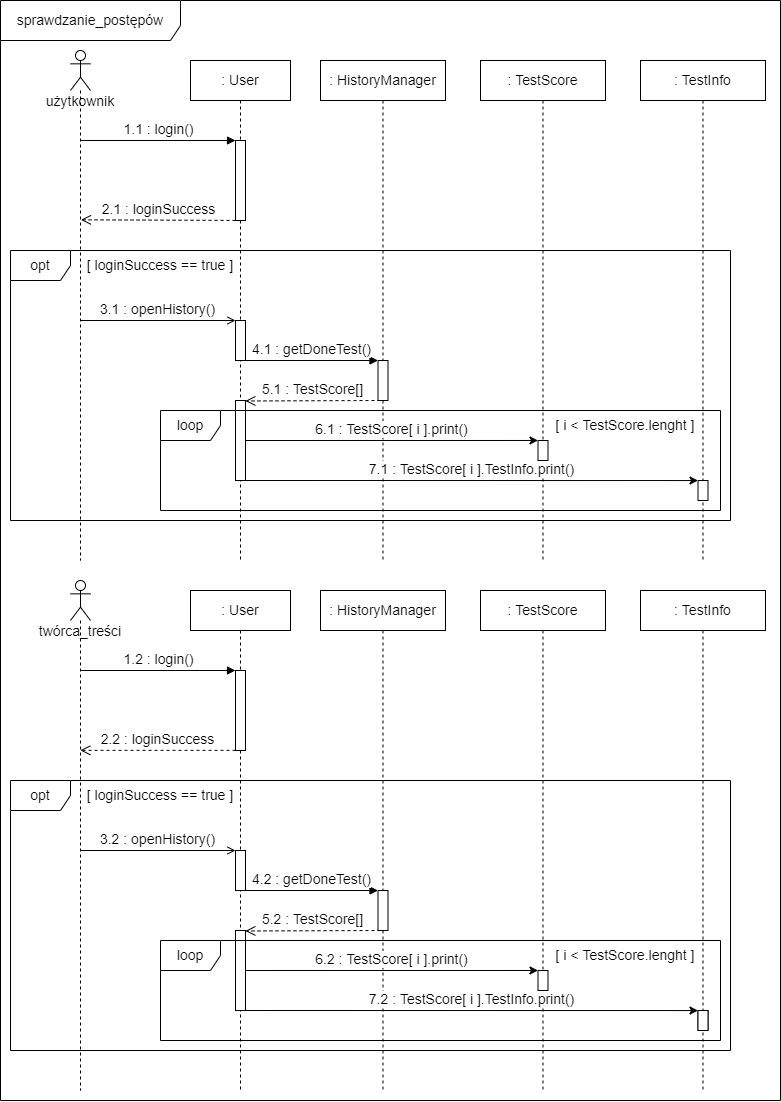
The draw.io diagram doc/Diagramy_UML/Diagram_Sekwencji_Sprawdzanie_Postepow.png in WOTxp/PZ21-22, before a commit. Source tidied: cells renumbered, new cells last; positions are measured from the earlier drawing's top-left corner, leaving out a move shared by most shapes.
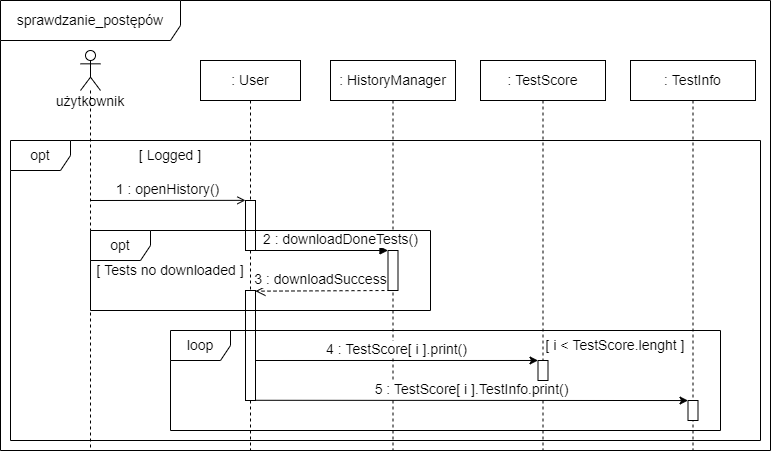
After the commit.

What changed in the source:
```diff
@@ -3,162 +3,78 @@
     <mxCell id="0" />
     <mxCell id="1" parent="0" />
     <mxCell id="2" value="&lt;font style=&quot;font-size: 14px&quot;&gt;użytkownik&lt;/font&gt;" style="shape=umlLifeline;participant=umlActor;perimeter=lifelinePerimeter;whiteSpace=wrap;html=1;verticalAlign=top;spacingTop=36;outlineConnect=0;" parent="1" vertex="1">
-      <mxGeometry x="70" y="50" width="20" height="510" as="geometry" />
+      <mxGeometry x="80" y="60" width="20" height="400" as="geometry" />
     </mxCell>
-    <mxCell id="3" value=": User" style="shape=umlLifeline;perimeter=lifelinePerimeter;whiteSpace=wrap;html=1;fontSize=14;" parent="1" vertex="1">
-      <mxGeometry x="190" y="60" width="100" height="500" as="geometry" />
-    </mxCell>
-    <mxCell id="4" style="html=1;points=[];perimeter=orthogonalPerimeter;fontSize=14;" parent="3" vertex="1">
-      <mxGeometry x="45" y="80" width="10" height="80" as="geometry" />
-    </mxCell>
-    <mxCell id="5" style="html=1;points=[];perimeter=orthogonalPerimeter;fontSize=14;" parent="3" vertex="1">
-      <mxGeometry x="45" y="340" width="10" height="80" as="geometry" />
-    </mxCell>
-    <mxCell id="6" value="2.1 : loginSuccess" style="html=1;verticalAlign=bottom;endArrow=open;dashed=1;endSize=8;exitX=0.005;exitY=0.999;rounded=0;fontSize=14;entryX=0.524;entryY=0.332;entryDx=0;entryDy=0;entryPerimeter=0;exitDx=0;exitDy=0;exitPerimeter=0;" parent="1" edge="1" source="4" target="2">
-      <mxGeometry relative="1" as="geometry" />
-    </mxCell>
-    <mxCell id="7" value="1.1 : login()" style="html=1;verticalAlign=bottom;endArrow=block;entryX=0;entryY=0;rounded=0;fontSize=14;" parent="1" edge="1" source="2" target="4">
-      <mxGeometry relative="1" as="geometry" />
-    </mxCell>
-    <mxCell id="8" value="opt" style="shape=umlFrame;whiteSpace=wrap;html=1;fontSize=14;" parent="1" vertex="1">
-      <mxGeometry x="10" y="250" width="720" height="270" as="geometry" />
-    </mxCell>
-    <mxCell id="9" value="[ loginSuccess == true ]" style="text;html=1;strokeColor=none;fillColor=none;align=center;verticalAlign=middle;whiteSpace=wrap;rounded=0;fontSize=14;" parent="1" vertex="1">
-      <mxGeometry x="80" y="250" width="160" height="30" as="geometry" />
-    </mxCell>
-    <mxCell id="10" value=": HistoryManager" style="shape=umlLifeline;perimeter=lifelinePerimeter;whiteSpace=wrap;html=1;fontSize=14;" parent="1" vertex="1">
-      <mxGeometry x="320" y="60" width="125" height="500" as="geometry" />
-    </mxCell>
-    <mxCell id="11" value="4.1 : getDoneTest()" style="html=1;verticalAlign=bottom;endArrow=block;rounded=0;fontSize=14;endFill=1;" parent="10" edge="1" target="12">
-      <mxGeometry relative="1" as="geometry">
-        <mxPoint x="-75" y="300" as="sourcePoint" />
-      </mxGeometry>
-    </mxCell>
-    <mxCell id="12" style="html=1;points=[];perimeter=orthogonalPerimeter;fontSize=14;" parent="10" vertex="1">
-      <mxGeometry x="57.5" y="300" width="10" height="40" as="geometry" />
-    </mxCell>
-    <mxCell id="13" value=": TestScore" style="shape=umlLifeline;perimeter=lifelinePerimeter;whiteSpace=wrap;html=1;fontSize=14;" parent="1" vertex="1">
-      <mxGeometry x="480" y="60" width="125" height="500" as="geometry" />
-    </mxCell>
-    <mxCell id="14" style="html=1;points=[];perimeter=orthogonalPerimeter;fontSize=14;" parent="13" vertex="1">
-      <mxGeometry x="57.5" y="380" width="10" height="20" as="geometry" />
-    </mxCell>
-    <mxCell id="15" value=": TestInfo" style="shape=umlLifeline;perimeter=lifelinePerimeter;whiteSpace=wrap;html=1;fontSize=14;" parent="1" vertex="1">
-      <mxGeometry x="640" y="60" width="125" height="500" as="geometry" />
-    </mxCell>
-    <mxCell id="16" style="html=1;points=[];perimeter=orthogonalPerimeter;fontSize=14;" parent="15" vertex="1">
-      <mxGeometry x="57.5" y="420" width="10" height="20" as="geometry" />
-    </mxCell>
-    <mxCell id="17" value="3.1 : openHistory()" style="html=1;verticalAlign=bottom;endArrow=open;rounded=0;fontSize=14;endFill=0;" parent="1" edge="1" target="18">
-      <mxGeometry relative="1" as="geometry">
-        <mxPoint x="80" y="320" as="sourcePoint" />
-      </mxGeometry>
-    </mxCell>
-    <mxCell id="18" style="html=1;points=[];perimeter=orthogonalPerimeter;fontSize=14;" parent="1" vertex="1">
-      <mxGeometry x="235" y="320" width="10" height="40" as="geometry" />
-    </mxCell>
-    <mxCell id="19" value="5.1 : TestScore[]" style="html=1;verticalAlign=bottom;endArrow=open;dashed=1;endSize=8;rounded=0;fontSize=14;entryX=0.988;entryY=0.006;entryDx=0;entryDy=0;entryPerimeter=0;" parent="1" edge="1" target="5">
-      <mxGeometry relative="1" as="geometry">
-        <mxPoint x="380" y="400" as="sourcePoint" />
-      </mxGeometry>
-    </mxCell>
-    <mxCell id="20" value="6.1 : TestScore[ i ].print()" style="html=1;verticalAlign=bottom;endArrow=classic;rounded=0;fontSize=14;endFill=1;entryX=-0.001;entryY=-0.001;entryDx=0;entryDy=0;entryPerimeter=0;" parent="1" edge="1" target="14">
-      <mxGeometry relative="1" as="geometry">
-        <mxPoint x="245" y="440" as="sourcePoint" />
-      </mxGeometry>
-    </mxCell>
-    <mxCell id="21" value="7.1 : TestScore[ i ].TestInfo.print()" style="html=1;verticalAlign=bottom;endArrow=classic;rounded=0;fontSize=14;endFill=1;entryX=0.001;entryY=0.002;entryDx=0;entryDy=0;entryPerimeter=0;" parent="1" edge="1" target="16">
-      <mxGeometry relative="1" as="geometry">
-        <mxPoint x="245" y="480" as="sourcePoint" />
-      </mxGeometry>
-    </mxCell>
-    <mxCell id="22" value="loop" style="shape=umlFrame;whiteSpace=wrap;html=1;fontSize=14;" parent="1" vertex="1">
-      <mxGeometry x="160" y="410" width="560" height="100" as="geometry" />
-    </mxCell>
-    <mxCell id="23" value="[ i &amp;lt; TestScore.lenght ]" style="text;html=1;strokeColor=none;fillColor=none;align=center;verticalAlign=middle;whiteSpace=wrap;rounded=0;fontSize=14;" parent="1" vertex="1">
-      <mxGeometry x="550" y="410" width="150" height="30" as="geometry" />
-    </mxCell>
-    <mxCell id="24" value="&lt;font style=&quot;font-size: 14px&quot;&gt;twórca_treści&lt;/font&gt;" style="shape=umlLifeline;participant=umlActor;perimeter=lifelinePerimeter;whiteSpace=wrap;html=1;verticalAlign=top;spacingTop=36;outlineConnect=0;" parent="1" vertex="1">
-      <mxGeometry x="70" y="580" width="20" height="510" as="geometry" />
-    </mxCell>
-    <mxCell id="25" value=": User" style="shape=umlLifeline;perimeter=lifelinePerimeter;whiteSpace=wrap;html=1;fontSize=14;" parent="1" vertex="1">
-      <mxGeometry x="190" y="590" width="100" height="500" as="geometry" />
-    </mxCell>
-    <mxCell id="26" style="html=1;points=[];perimeter=orthogonalPerimeter;fontSize=14;" parent="25" vertex="1">
-      <mxGeometry x="45" y="80" width="10" height="80" as="geometry" />
-    </mxCell>
-    <mxCell id="27" style="html=1;points=[];perimeter=orthogonalPerimeter;fontSize=14;" parent="25" vertex="1">
-      <mxGeometry x="45" y="340" width="10" height="80" as="geometry" />
-    </mxCell>
-    <mxCell id="28" value="2.2 : loginSuccess" style="html=1;verticalAlign=bottom;endArrow=open;dashed=1;endSize=8;rounded=0;fontSize=14;exitX=0.005;exitY=0.998;exitDx=0;exitDy=0;exitPerimeter=0;" parent="1" edge="1" source="26" target="24">
-      <mxGeometry relative="1" as="geometry" />
-    </mxCell>
-    <mxCell id="29" value="1.2 : login()" style="html=1;verticalAlign=bottom;endArrow=block;entryX=0;entryY=0;rounded=0;fontSize=14;" parent="1" edge="1" source="24" target="26">
-      <mxGeometry relative="1" as="geometry" />
-    </mxCell>
-    <mxCell id="30" value="opt" style="shape=umlFrame;whiteSpace=wrap;html=1;fontSize=14;" parent="1" vertex="1">
-      <mxGeometry x="10" y="780" width="720" height="270" as="geometry" />
-    </mxCell>
-    <mxCell id="31" value="[ loginSuccess == true ]" style="text;html=1;strokeColor=none;fillColor=none;align=center;verticalAlign=middle;whiteSpace=wrap;rounded=0;fontSize=14;" parent="1" vertex="1">
-      <mxGeometry x="80" y="780" width="160" height="30" as="geometry" />
-    </mxCell>
-    <mxCell id="32" value=": HistoryManager" style="shape=umlLifeline;perimeter=lifelinePerimeter;whiteSpace=wrap;html=1;fontSize=14;" parent="1" vertex="1">
-      <mxGeometry x="320" y="590" width="125" height="500" as="geometry" />
-    </mxCell>
-    <mxCell id="33" value="4.2 : getDoneTest()" style="html=1;verticalAlign=bottom;endArrow=block;rounded=0;fontSize=14;endFill=1;" parent="32" edge="1" target="34">
-      <mxGeometry relative="1" as="geometry">
-        <mxPoint x="-75" y="300" as="sourcePoint" />
-      </mxGeometry>
-    </mxCell>
-    <mxCell id="34" style="html=1;points=[];perimeter=orthogonalPerimeter;fontSize=14;" parent="32" vertex="1">
-      <mxGeometry x="57.5" y="300" width="10" height="40" as="geometry" />
-    </mxCell>
-    <mxCell id="35" value=": TestScore" style="shape=umlLifeline;perimeter=lifelinePerimeter;whiteSpace=wrap;html=1;fontSize=14;" parent="1" vertex="1">
-      <mxGeometry x="480" y="590" width="125" height="500" as="geometry" />
-    </mxCell>
-    <mxCell id="36" style="html=1;points=[];perimeter=orthogonalPerimeter;fontSize=14;" parent="35" vertex="1">
-      <mxGeometry x="57.5" y="380" width="10" height="20" as="geometry" />
-    </mxCell>
-    <mxCell id="37" style="html=1;points=[];perimeter=orthogonalPerimeter;fontSize=14;" parent="1" vertex="1">
-      <mxGeometry x="697.5" y="1010" width="10" height="20" as="geometry" />
-    </mxCell>
-    <mxCell id="38" value="3.2 : openHistory()" style="html=1;verticalAlign=bottom;endArrow=open;rounded=0;fontSize=14;endFill=0;" parent="1" edge="1" target="39">
-      <mxGeometry relative="1" as="geometry">
-        <mxPoint x="80" y="850" as="sourcePoint" />
-      </mxGeometry>
-    </mxCell>
-    <mxCell id="39" style="html=1;points=[];perimeter=orthogonalPerimeter;fontSize=14;" parent="1" vertex="1">
-      <mxGeometry x="235" y="850" width="10" height="40" as="geometry" />
-    </mxCell>
-    <mxCell id="40" value="5.2 : TestScore[]" style="html=1;verticalAlign=bottom;endArrow=open;dashed=1;endSize=8;rounded=0;fontSize=14;entryX=0.988;entryY=0.006;entryDx=0;entryDy=0;entryPerimeter=0;" parent="1" edge="1" target="27">
-      <mxGeometry relative="1" as="geometry">
-        <mxPoint x="380" y="930" as="sourcePoint" />
-      </mxGeometry>
-    </mxCell>
-    <mxCell id="41" value="6.2 : TestScore[ i ].print()" style="html=1;verticalAlign=bottom;endArrow=classic;rounded=0;fontSize=14;endFill=1;entryX=-0.001;entryY=-0.001;entryDx=0;entryDy=0;entryPerimeter=0;" parent="1" edge="1" target="36">
-      <mxGeometry relative="1" as="geometry">
-        <mxPoint x="245" y="970" as="sourcePoint" />
-      </mxGeometry>
-    </mxCell>
-    <mxCell id="42" value="7.2 : TestScore[ i ].TestInfo.print()" style="html=1;verticalAlign=bottom;endArrow=classic;rounded=0;fontSize=14;endFill=1;entryX=0.001;entryY=0.002;entryDx=0;entryDy=0;entryPerimeter=0;" parent="1" edge="1" target="37">
-      <mxGeometry relative="1" as="geometry">
-        <mxPoint x="245" y="1010" as="sourcePoint" />
-      </mxGeometry>
-    </mxCell>
-    <mxCell id="43" value="loop" style="shape=umlFrame;whiteSpace=wrap;html=1;fontSize=14;" parent="1" vertex="1">
-      <mxGeometry x="160" y="940" width="560" height="100" as="geometry" />
-    </mxCell>
-    <mxCell id="44" value="[ i &amp;lt; TestScore.lenght ]" style="text;html=1;strokeColor=none;fillColor=none;align=center;verticalAlign=middle;whiteSpace=wrap;rounded=0;fontSize=14;" parent="1" vertex="1">
-      <mxGeometry x="550" y="940" width="150" height="30" as="geometry" />
-    </mxCell>
+    <mxCell id="48" value=": User" style="shape=umlLifeline;perimeter=lifelinePerimeter;whiteSpace=wrap;html=1;fontSize=14;" parent="1" vertex="1">
+      <mxGeometry x="200" y="70" width="100" height="390" as="geometry" />
+    </mxCell>
+    <mxCell id="49" style="html=1;points=[];perimeter=orthogonalPerimeter;fontSize=14;" parent="48" vertex="1">
+      <mxGeometry x="45" y="230" width="10" height="110" as="geometry" />
+    </mxCell>
+    <mxCell id="50" value="opt" style="shape=umlFrame;whiteSpace=wrap;html=1;fontSize=14;" parent="1" vertex="1">
+      <mxGeometry x="10" y="150" width="750" height="300" as="geometry" />
+    </mxCell>
+    <mxCell id="51" value="[ Logged ]" style="text;html=1;strokeColor=none;fillColor=none;align=center;verticalAlign=middle;whiteSpace=wrap;rounded=0;fontSize=14;" parent="1" vertex="1">
+      <mxGeometry x="90" y="150" width="160" height="30" as="geometry" />
+    </mxCell>
+    <mxCell id="52" value=": HistoryManager" style="shape=umlLifeline;perimeter=lifelinePerimeter;whiteSpace=wrap;html=1;fontSize=14;" parent="1" vertex="1">
+      <mxGeometry x="330" y="70" width="125" height="390" as="geometry" />
+    </mxCell>
+    <mxCell id="53" value="2 : downloadDoneTests()" style="html=1;verticalAlign=bottom;endArrow=block;rounded=0;fontSize=14;endFill=1;" parent="52" edge="1" target="54">
+      <mxGeometry x="0.28" relative="1" as="geometry">
+        <mxPoint x="-75" y="190" as="sourcePoint" />
+      </mxGeometry>
+    </mxCell>
+    <mxCell id="54" style="html=1;points=[];perimeter=orthogonalPerimeter;fontSize=14;" parent="52" vertex="1">
+      <mxGeometry x="57.5" y="190" width="10" height="40" as="geometry" />
+    </mxCell>
+    <mxCell id="55" value=": TestScore" style="shape=umlLifeline;perimeter=lifelinePerimeter;whiteSpace=wrap;html=1;fontSize=14;" parent="1" vertex="1">
+      <mxGeometry x="480" y="70" width="125" height="390" as="geometry" />
+    </mxCell>
+    <mxCell id="56" style="html=1;points=[];perimeter=orthogonalPerimeter;fontSize=14;" parent="55" vertex="1">
+      <mxGeometry x="57.5" y="300" width="10" height="20" as="geometry" />
+    </mxCell>
+    <mxCell id="57" value=": TestInfo" style="shape=umlLifeline;perimeter=lifelinePerimeter;whiteSpace=wrap;html=1;fontSize=14;" parent="1" vertex="1">
+      <mxGeometry x="630" y="70" width="125" height="390" as="geometry" />
+    </mxCell>
+    <mxCell id="58" style="html=1;points=[];perimeter=orthogonalPerimeter;fontSize=14;" parent="57" vertex="1">
+      <mxGeometry x="57.5" y="340" width="10" height="20" as="geometry" />
+    </mxCell>
+    <mxCell id="59" value="1 : openHistory()" style="html=1;verticalAlign=bottom;endArrow=open;rounded=0;fontSize=14;endFill=0;entryX=-0.006;entryY=-0.003;entryDx=0;entryDy=0;entryPerimeter=0;" parent="1" edge="1" target="60">
+      <mxGeometry relative="1" as="geometry">
+        <mxPoint x="90" y="210" as="sourcePoint" />
+      </mxGeometry>
+    </mxCell>
+    <mxCell id="60" style="html=1;points=[];perimeter=orthogonalPerimeter;fontSize=14;" parent="1" vertex="1">
+      <mxGeometry x="245" y="210" width="10" height="50" as="geometry" />
+    </mxCell>
+    <mxCell id="61" value="3 : downloadSuccess" style="html=1;verticalAlign=bottom;endArrow=open;dashed=1;endSize=8;rounded=0;fontSize=14;entryX=0.988;entryY=0.006;entryDx=0;entryDy=0;entryPerimeter=0;" parent="1" edge="1" target="49">
+      <mxGeometry x="0.04" relative="1" as="geometry">
+        <mxPoint x="390" y="300" as="sourcePoint" />
+      </mxGeometry>
+    </mxCell>
+    <mxCell id="62" value="4 : TestScore[ i ].print()" style="html=1;verticalAlign=bottom;endArrow=classic;rounded=0;fontSize=14;endFill=1;entryX=-0.001;entryY=-0.001;entryDx=0;entryDy=0;entryPerimeter=0;" parent="1" edge="1" target="56">
+      <mxGeometry relative="1" as="geometry">
+        <mxPoint x="255" y="370" as="sourcePoint" />
+      </mxGeometry>
+    </mxCell>
+    <mxCell id="63" value="5 : TestScore[ i ].TestInfo.print()" style="html=1;verticalAlign=bottom;endArrow=classic;rounded=0;fontSize=14;endFill=1;entryX=0.001;entryY=0.002;entryDx=0;entryDy=0;entryPerimeter=0;exitX=0.995;exitY=0.998;exitDx=0;exitDy=0;exitPerimeter=0;" parent="1" edge="1" source="49" target="58">
+      <mxGeometry relative="1" as="geometry" />
+    </mxCell>
+    <mxCell id="64" value="loop" style="shape=umlFrame;whiteSpace=wrap;html=1;fontSize=14;" parent="1" vertex="1">
+      <mxGeometry x="170" y="340" width="550" height="100" as="geometry" />
+    </mxCell>
+    <mxCell id="65" value="[ i &amp;lt; TestScore.lenght ]" style="text;html=1;strokeColor=none;fillColor=none;align=center;verticalAlign=middle;whiteSpace=wrap;rounded=0;fontSize=14;" parent="1" vertex="1">
+      <mxGeometry x="540" y="340" width="150" height="30" as="geometry" />
+    </mxCell>
     <mxCell id="45" value="sprawdzanie_postępów" style="shape=umlFrame;whiteSpace=wrap;html=1;fontSize=14;width=180;height=40;" parent="1" vertex="1">
-      <mxGeometry width="780" height="1100" as="geometry" />
+      <mxGeometry y="10" width="770" height="450" as="geometry" />
     </mxCell>
-    <mxCell id="46" value=": TestInfo" style="shape=umlLifeline;perimeter=lifelinePerimeter;whiteSpace=wrap;html=1;fontSize=14;" parent="1" vertex="1">
-      <mxGeometry x="640" y="590" width="125" height="500" as="geometry" />
-    </mxCell>
-    <mxCell id="47" style="html=1;perimeter=orthogonalPerimeter;fontSize=14;" parent="46" vertex="1">
-      <mxGeometry x="57.5" y="420" width="10" height="20" as="geometry" />
-    </mxCell>
+    <mxCell id="66" value="opt" style="shape=umlFrame;whiteSpace=wrap;html=1;fontSize=14;" parent="1" vertex="1">
+      <mxGeometry x="90" y="240" width="340" height="80" as="geometry" />
+    </mxCell>
+    <mxCell id="67" value="[ Tests no downloaded ]" style="text;html=1;strokeColor=none;fillColor=none;align=center;verticalAlign=middle;whiteSpace=wrap;rounded=0;fontSize=14;" parent="1" vertex="1">
+      <mxGeometry x="90" y="265" width="160" height="30" as="geometry" />
+    </mxCell>
   </root>
 </mxGraphModel>
```
